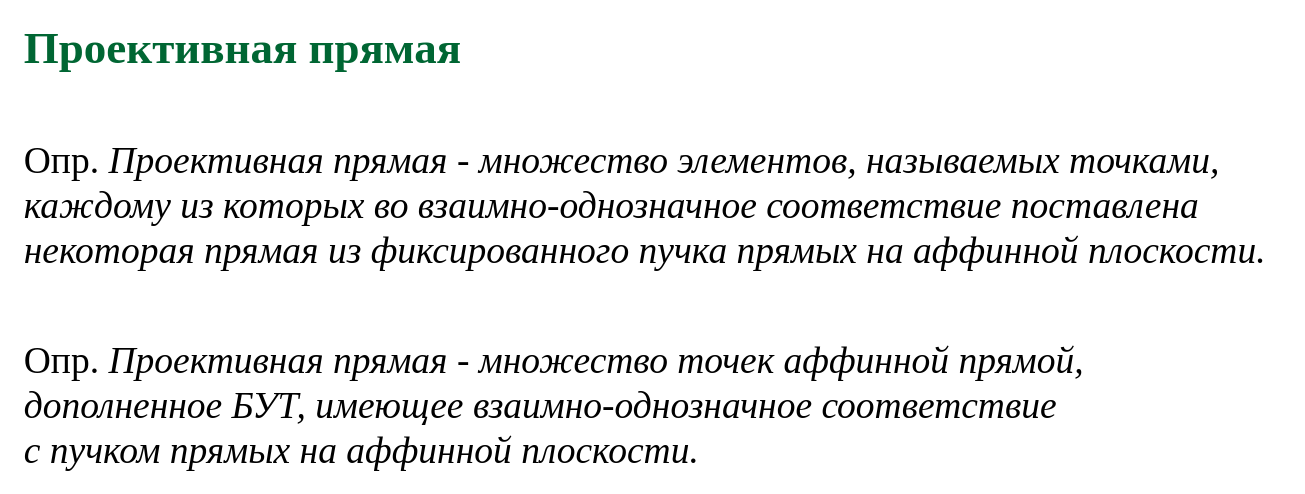
This is page "p075" (8 of 19) of slides/proj.drawio from amcp-pit/geom_course, a draw.io file, before an edit. Source tidied: cells renumbered, new cells numbered last; positions are measured from the earlier drawing's top-left corner, leaving out a move shared by most shapes. Both pictures are drawn from the tidied source at 125%, with x=0, y=0 at pixel (21, 35).
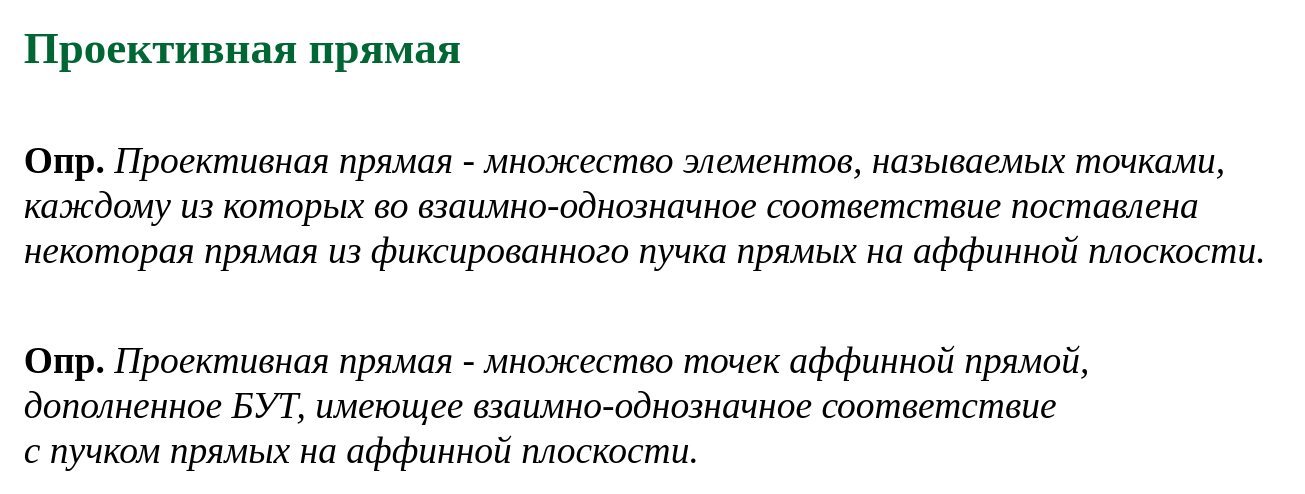
The same diagram, later.

Change to the diagram source:
```diff
@@
 <mxGraphModel>
   <root>
     <mxCell id="0" />
     <mxCell id="1" parent="0" />
-    <mxCell id="2" value="&lt;div style=&quot;text-align: justify ; font-size: 30px&quot;&gt;&lt;span style=&quot;font-family: &amp;#34;times new roman&amp;#34;&quot;&gt;&lt;font style=&quot;font-size: 30px&quot;&gt;Опр. &lt;i&gt;Проективная прямая - множество элементов, называемых точками,&lt;/i&gt;&lt;/font&gt;&lt;/span&gt;&lt;/div&gt;&lt;div style=&quot;text-align: justify ; font-size: 30px&quot;&gt;&lt;span style=&quot;font-family: &amp;#34;times new roman&amp;#34;&quot;&gt;&lt;i&gt;&lt;font style=&quot;font-size: 30px&quot;&gt;каждому из которых во взаимно-однозначное соответствие поставлена&amp;nbsp;&lt;/font&gt;&lt;/i&gt;&lt;/span&gt;&lt;/div&gt;&lt;div style=&quot;text-align: justify ; font-size: 30px&quot;&gt;&lt;span style=&quot;font-family: &amp;#34;times new roman&amp;#34;&quot;&gt;&lt;i&gt;&lt;font style=&quot;font-size: 30px&quot;&gt;некоторая прямая&amp;nbsp;&lt;/font&gt;&lt;/i&gt;&lt;/span&gt;&lt;i style=&quot;font-family: &amp;#34;times new roman&amp;#34;&quot;&gt;из фиксированного пучка прямых на аффинной плоскости.&lt;/i&gt;&lt;/div&gt;" style="text;html=1;align=left;verticalAlign=middle;" parent="1" vertex="1">
+    <mxCell id="2" value="&lt;div style=&quot;text-align: justify ; font-size: 30px&quot;&gt;&lt;span style=&quot;font-family: &amp;#34;times new roman&amp;#34;&quot;&gt;&lt;font style=&quot;font-size: 30px&quot;&gt;&lt;b&gt;Опр.&lt;/b&gt; &lt;i&gt;Проективная прямая - множество элементов, называемых точками,&lt;/i&gt;&lt;/font&gt;&lt;/span&gt;&lt;/div&gt;&lt;div style=&quot;text-align: justify ; font-size: 30px&quot;&gt;&lt;span style=&quot;font-family: &amp;#34;times new roman&amp;#34;&quot;&gt;&lt;i&gt;&lt;font style=&quot;font-size: 30px&quot;&gt;каждому из которых во взаимно-однозначное соответствие поставлена&amp;nbsp;&lt;/font&gt;&lt;/i&gt;&lt;/span&gt;&lt;/div&gt;&lt;div style=&quot;text-align: justify ; font-size: 30px&quot;&gt;&lt;span style=&quot;font-family: &amp;#34;times new roman&amp;#34;&quot;&gt;&lt;i&gt;&lt;font style=&quot;font-size: 30px&quot;&gt;некоторая прямая&amp;nbsp;&lt;/font&gt;&lt;/i&gt;&lt;/span&gt;&lt;i style=&quot;font-family: &amp;#34;times new roman&amp;#34;&quot;&gt;из фиксированного пучка прямых на аффинной плоскости.&lt;/i&gt;&lt;/div&gt;" style="text;html=1;align=left;verticalAlign=middle;" parent="1" vertex="1">
       <mxGeometry y="110" width="1010" height="50" as="geometry" />
     </mxCell>
     <mxCell id="3" value="&lt;font color=&quot;#006633&quot; face=&quot;garamond&quot;&gt;&lt;span style=&quot;font-size: 36px&quot;&gt;&lt;b&gt;Проективная прямая&lt;/b&gt;&lt;/span&gt;&lt;/font&gt;" style="text;html=1;align=left;verticalAlign=middle;whiteSpace=wrap;rounded=0;" parent="1" vertex="1">
       <mxGeometry width="920" height="20" as="geometry" />
     </mxCell>
-    <mxCell id="4" value="&lt;div style=&quot;text-align: justify ; font-size: 30px&quot;&gt;&lt;span style=&quot;font-family: &amp;#34;times new roman&amp;#34;&quot;&gt;&lt;font style=&quot;font-size: 30px&quot;&gt;Опр. &lt;i&gt;Проективная прямая - множество точек аффинной прямой,&amp;nbsp;&lt;/i&gt;&lt;/font&gt;&lt;/span&gt;&lt;/div&gt;&lt;div style=&quot;text-align: justify ; font-size: 30px&quot;&gt;&lt;span style=&quot;font-family: &amp;#34;times new roman&amp;#34;&quot;&gt;&lt;font style=&quot;font-size: 30px&quot;&gt;&lt;i&gt;дополненное БУТ,&amp;nbsp;&lt;/i&gt;&lt;/font&gt;&lt;/span&gt;&lt;span style=&quot;font-family: &amp;#34;times new roman&amp;#34;&quot;&gt;&lt;i&gt;имеющее взаимно-однозначное соответствие&amp;nbsp;&lt;/i&gt;&lt;/span&gt;&lt;/div&gt;&lt;div style=&quot;text-align: justify ; font-size: 30px&quot;&gt;&lt;span style=&quot;font-family: &amp;#34;times new roman&amp;#34;&quot;&gt;&lt;i&gt;с&amp;nbsp;&lt;/i&gt;&lt;/span&gt;&lt;i style=&quot;font-family: &amp;#34;times new roman&amp;#34;&quot;&gt;пучком прямых на аффинной плоскости.&lt;/i&gt;&lt;/div&gt;" style="text;html=1;align=left;verticalAlign=middle;" parent="1" vertex="1">
-      <mxGeometry y="270" width="870" height="50" as="geometry" />
+    <mxCell id="4" value="&lt;div style=&quot;text-align: justify ; font-size: 30px&quot;&gt;&lt;span style=&quot;font-family: &amp;#34;times new roman&amp;#34;&quot;&gt;&lt;font style=&quot;font-size: 30px&quot;&gt;&lt;b&gt;Опр. &lt;/b&gt;&lt;i&gt;Проективная прямая - множество точек аффинной прямой,&amp;nbsp;&lt;/i&gt;&lt;/font&gt;&lt;/span&gt;&lt;/div&gt;&lt;div style=&quot;text-align: justify ; font-size: 30px&quot;&gt;&lt;span style=&quot;font-family: &amp;#34;times new roman&amp;#34;&quot;&gt;&lt;font style=&quot;font-size: 30px&quot;&gt;&lt;i&gt;дополненное БУТ,&amp;nbsp;&lt;/i&gt;&lt;/font&gt;&lt;/span&gt;&lt;span style=&quot;font-family: &amp;#34;times new roman&amp;#34;&quot;&gt;&lt;i&gt;имеющее взаимно-однозначное соответствие&amp;nbsp;&lt;/i&gt;&lt;/span&gt;&lt;/div&gt;&lt;div style=&quot;text-align: justify ; font-size: 30px&quot;&gt;&lt;span style=&quot;font-family: &amp;#34;times new roman&amp;#34;&quot;&gt;&lt;i&gt;с&amp;nbsp;&lt;/i&gt;&lt;/span&gt;&lt;i style=&quot;font-family: &amp;#34;times new roman&amp;#34;&quot;&gt;пучком прямых на аффинной плоскости.&lt;/i&gt;&lt;/div&gt;" style="text;html=1;align=left;verticalAlign=middle;" parent="1" vertex="1">
+      <mxGeometry y="270" width="880" height="50" as="geometry" />
     </mxCell>
   </root>
 </mxGraphModel>
```
